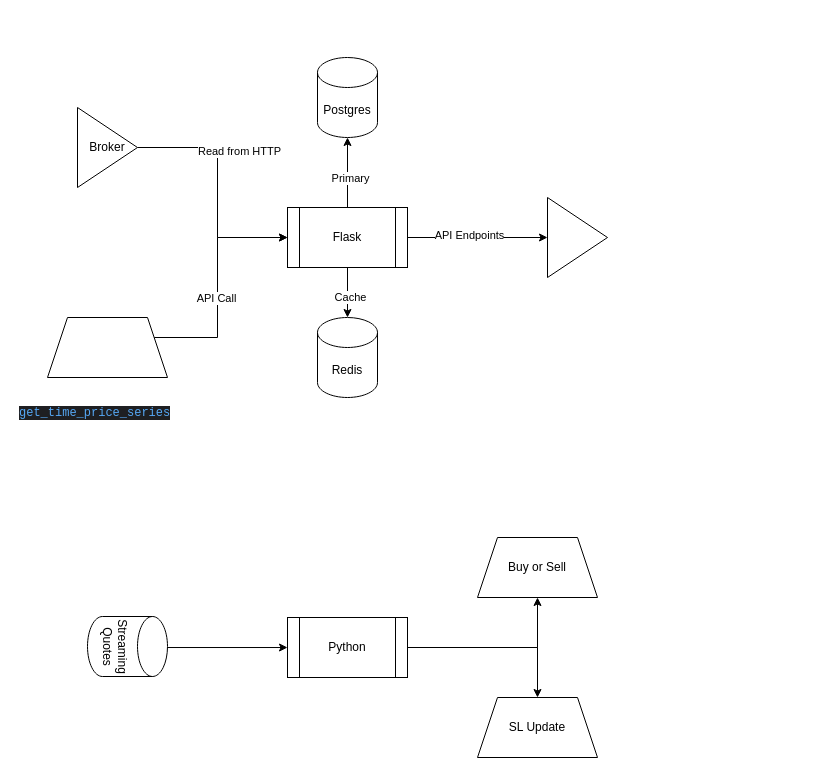
The draw.io diagram Online.drawio in pra1had/drawings, before the edit. Source tidied: cells renumbered, new cells numbered last; positions are measured from the earlier drawing's top-left corner, leaving out a move shared by most shapes. Both pictures are drawn from the tidied source at 100%, with x=0, y=0 at pixel (17, 57).
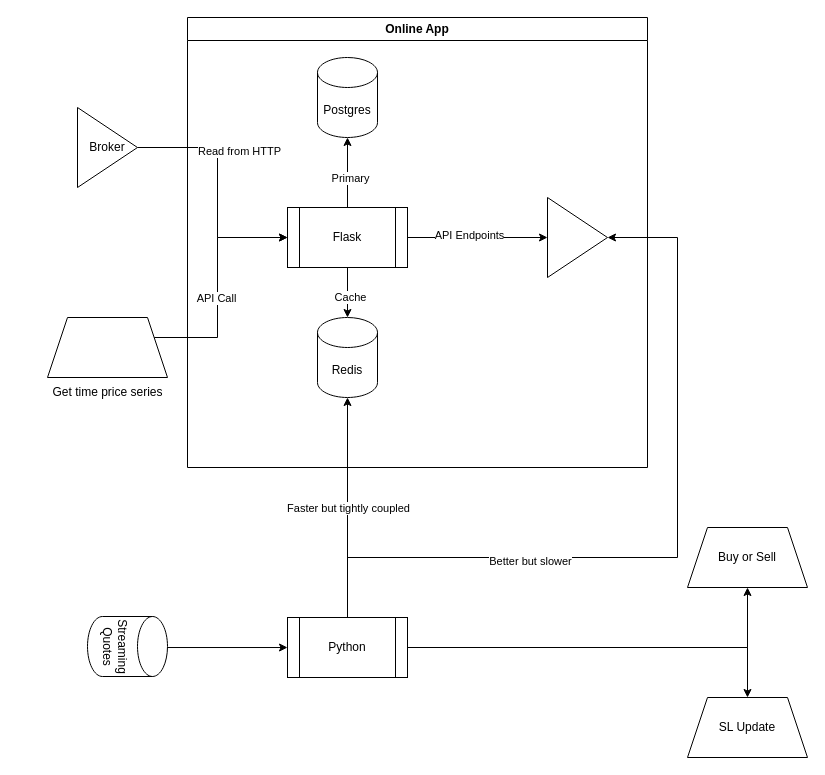
The same diagram, later.

Unchanged cells that the change refers to:
```xml
<mxCell id="9" value="Redis" style="shape=cylinder3;whiteSpace=wrap;html=1;boundedLbl=1;backgroundOutline=1;size=15;" parent="1" vertex="1">
  <mxGeometry x="300" y="260" width="60" height="80" as="geometry" />
</mxCell>
<mxCell id="10" style="triangle;whiteSpace=wrap;html=1;" parent="1" vertex="1">
  <mxGeometry x="530" y="140" width="60" height="80" as="geometry" />
</mxCell>
<mxCell id="21" value="Python" style="shape=process;whiteSpace=wrap;html=1;backgroundOutline=1;" parent="1" vertex="1">
  <mxGeometry x="270" y="560" width="120" height="60" as="geometry" />
</mxCell>
```

Diff of the diagram source:
```diff
@@
-    <mxCell id="18" value="&lt;div style=&quot;font-style: normal; font-variant-caps: normal; font-weight: 400; letter-spacing: normal; text-align: start; text-indent: 0px; text-transform: none; word-spacing: 0px; -webkit-text-stroke-width: 0px; text-decoration: none; background-color: rgb(30, 31, 34); color: rgb(188, 190, 196);&quot;&gt;&lt;pre style=&quot;font-family: &amp;quot;JetBrains Mono&amp;quot;, monospace; font-size: 9pt;&quot;&gt;&lt;span style=&quot;color: rgb(86, 168, 245);&quot;&gt;get_time_price_series&lt;/span&gt;&lt;/pre&gt;&lt;/div&gt;" style="text;whiteSpace=wrap;html=1;" parent="1" vertex="1">
-      <mxGeometry y="330" width="180" height="60" as="geometry" />
-    </mxCell>
@@
+    <mxCell id="26" style="edgeStyle=orthogonalEdgeStyle;rounded=0;jettySize=auto;html=1;" parent="1" edge="1" source="21" target="9">
+      <mxGeometry relative="1" as="geometry" />
+    </mxCell>
+    <mxCell id="27" value="Faster but tightly coupled" style="edgeLabel;html=1;align=center;verticalAlign=middle;" parent="26" vertex="1">
+      <mxGeometry x="0.27" y="-1" relative="1" as="geometry">
+        <mxPoint x="-1" y="30" as="offset" />
+      </mxGeometry>
+    </mxCell>
+    <mxCell id="28" style="edgeStyle=orthogonalEdgeStyle;rounded=0;jettySize=auto;html=1;entryX=1;entryY=0.5;entryDx=0;entryDy=0;" parent="1" edge="1" source="21" target="10">
+      <mxGeometry relative="1" as="geometry">
+        <Array as="points">
+          <mxPoint x="330" y="500" />
+          <mxPoint x="660" y="500" />
+          <mxPoint x="660" y="180" />
+        </Array>
+      </mxGeometry>
+    </mxCell>
+    <mxCell id="29" value="Better but slower" style="edgeLabel;html=1;align=center;verticalAlign=middle;" parent="28" vertex="1">
+      <mxGeometry x="-0.38" y="-3" relative="1" as="geometry" />
+    </mxCell>
@@
     <mxCell id="24" value="Buy or Sell" style="shape=trapezoid;perimeter=trapezoidPerimeter;whiteSpace=wrap;html=1;fixedSize=1;" parent="1" vertex="1">
-      <mxGeometry x="460" y="480" width="120" height="60" as="geometry" />
+      <mxGeometry x="670" y="470" width="120" height="60" as="geometry" />
     </mxCell>
     <mxCell id="25" value="SL Update" style="shape=trapezoid;perimeter=trapezoidPerimeter;whiteSpace=wrap;html=1;fixedSize=1;" parent="1" vertex="1">
-      <mxGeometry x="460" y="640" width="120" height="60" as="geometry" />
+      <mxGeometry x="670" y="640" width="120" height="60" as="geometry" />
     </mxCell>
+    <mxCell id="30" value="Online App" style="swimlane;whiteSpace=wrap;html=1;" parent="1" vertex="1">
+      <mxGeometry x="170" y="-40" width="460" height="450" as="geometry" />
+    </mxCell>
+    <mxCell id="31" value="Get time price series" style="text;html=1;align=center;verticalAlign=middle;strokeColor=none;fillColor=none;" parent="1" vertex="1">
+      <mxGeometry x="25" y="320" width="130" height="30" as="geometry" />
+    </mxCell>
```
